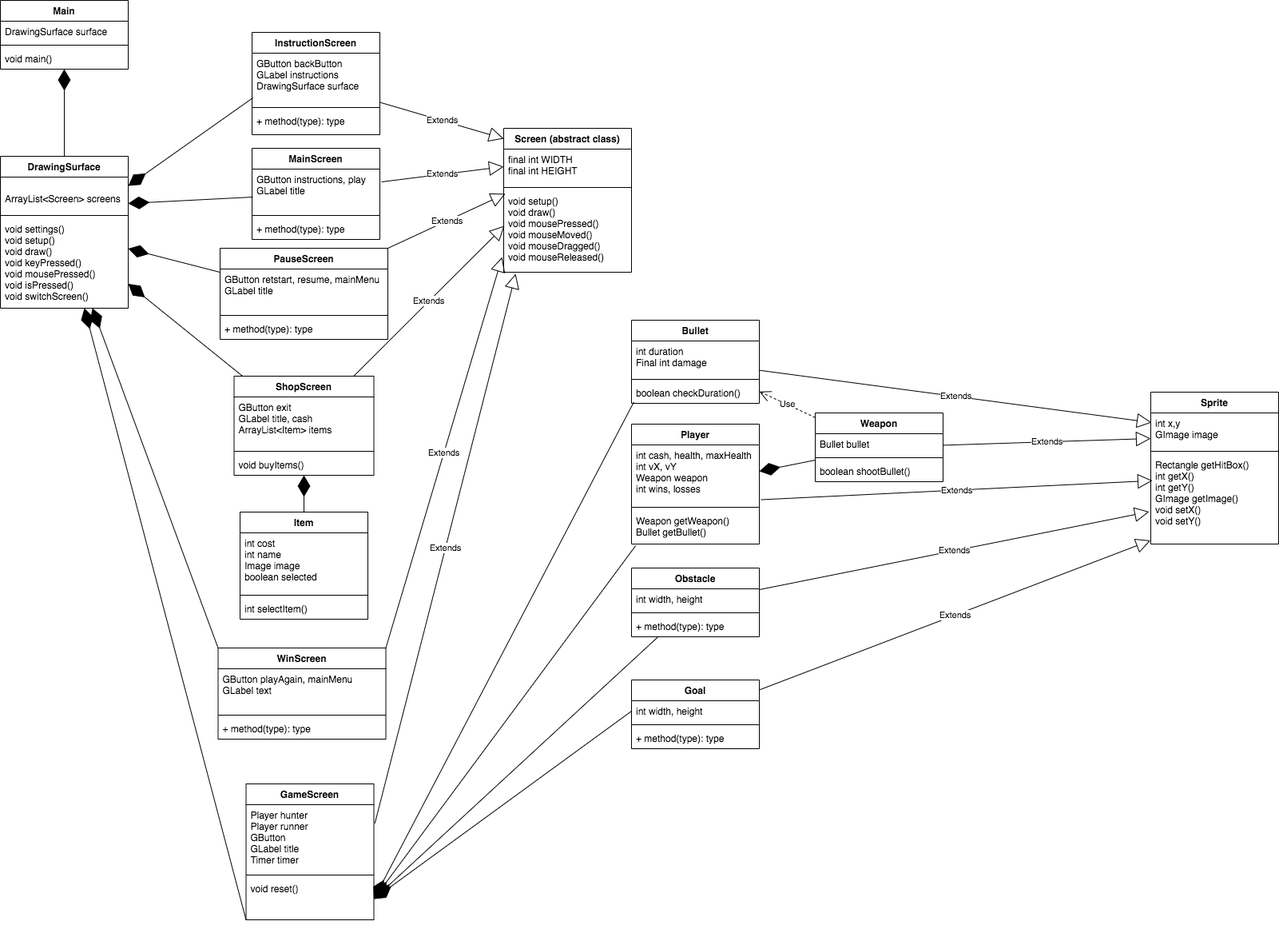
This is CapstoneBotman/doc/Final Project UML.png from HHSAPCompSci2020/capstone-project-botman, a draw.io export, as it was before one commit. Source tidied: cells renumbered, new cells last; positions are measured from the earlier drawing's top-left corner, leaving out a move shared by most shapes.
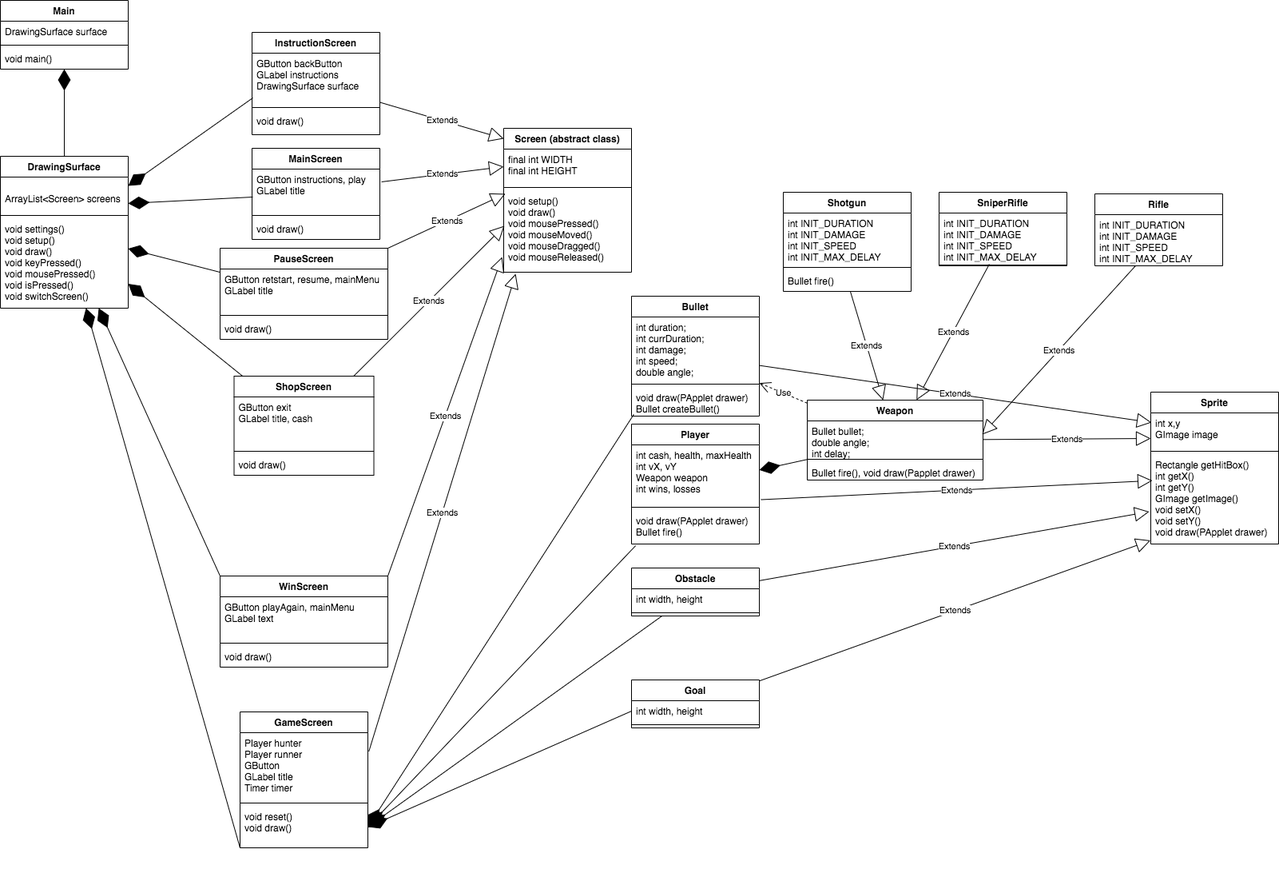
After the change.

The edit, as a diff of the source:
```diff
@@ -31,3 +31,3 @@
     </mxCell>
-    <mxCell id="11" value="GButton exit&#10;GLabel title, cash&#10;ArrayList&lt;Item&gt; items" style="text;strokeColor=none;fillColor=none;align=left;verticalAlign=top;spacingLeft=4;spacingRight=4;overflow=hidden;" parent="10" vertex="1">
+    <mxCell id="11" value="GButton exit&#10;GLabel title, cash&#10;" style="text;strokeColor=none;fillColor=none;align=left;verticalAlign=top;spacingLeft=4;spacingRight=4;overflow=hidden;" parent="10" vertex="1">
       <mxGeometry y="26" width="175" height="64" as="geometry" />
@@ -37,3 +37,3 @@
     </mxCell>
-    <mxCell id="13" value="void buyItems()" style="text;strokeColor=none;fillColor=none;align=left;verticalAlign=top;spacingLeft=4;spacingRight=4;overflow=hidden;" parent="10" vertex="1">
+    <mxCell id="13" value="void draw()" style="text;strokeColor=none;fillColor=none;align=left;verticalAlign=top;spacingLeft=4;spacingRight=4;overflow=hidden;" parent="10" vertex="1">
       <mxGeometry y="98" width="175" height="26" as="geometry" />
@@ -49,3 +49,3 @@
     </mxCell>
-    <mxCell id="17" value="+ method(type): type" style="text;strokeColor=none;fillColor=none;align=left;verticalAlign=top;spacingLeft=4;spacingRight=4;overflow=hidden;" parent="14" vertex="1">
+    <mxCell id="17" value="void draw()" style="text;strokeColor=none;fillColor=none;align=left;verticalAlign=top;spacingLeft=4;spacingRight=4;overflow=hidden;" parent="14" vertex="1">
       <mxGeometry y="88" width="160" height="26" as="geometry" />
@@ -61,3 +61,3 @@
     </mxCell>
-    <mxCell id="21" value="+ method(type): type" style="text;strokeColor=none;fillColor=none;align=left;verticalAlign=top;spacingLeft=4;spacingRight=4;overflow=hidden;" parent="18" vertex="1">
+    <mxCell id="21" value="void draw()" style="text;strokeColor=none;fillColor=none;align=left;verticalAlign=top;spacingLeft=4;spacingRight=4;overflow=hidden;" parent="18" vertex="1">
       <mxGeometry y="98" width="160" height="30" as="geometry" />
@@ -73,3 +73,3 @@
     </mxCell>
-    <mxCell id="25" value="+ method(type): type" style="text;strokeColor=none;fillColor=none;align=left;verticalAlign=top;spacingLeft=4;spacingRight=4;overflow=hidden;" parent="22" vertex="1">
+    <mxCell id="25" value="void draw()" style="text;strokeColor=none;fillColor=none;align=left;verticalAlign=top;spacingLeft=4;spacingRight=4;overflow=hidden;" parent="22" vertex="1">
       <mxGeometry y="88" width="210" height="26" as="geometry" />
@@ -77,3 +77,3 @@
     <mxCell id="26" value="GameScreen" style="swimlane;fontStyle=1;align=center;verticalAlign=top;horizontal=1;startSize=26;" parent="1" vertex="1">
-      <mxGeometry x="307.5" y="980" width="160" height="170" as="geometry" />
+      <mxGeometry x="300" y="890" width="160" height="170" as="geometry" />
     </mxCell>
@@ -85,3 +85,3 @@
     </mxCell>
-    <mxCell id="29" value="void reset()" style="text;strokeColor=none;fillColor=none;align=left;verticalAlign=top;spacingLeft=4;spacingRight=4;overflow=hidden;points=[[0,0.5],[1,0.5]];portConstraint=eastwest;" parent="26" vertex="1">
+    <mxCell id="29" value="void reset()&#10;void draw()" style="text;strokeColor=none;fillColor=none;align=left;verticalAlign=top;spacingLeft=4;spacingRight=4;overflow=hidden;points=[[0,0.5],[1,0.5]];portConstraint=eastwest;" parent="26" vertex="1">
       <mxGeometry y="118" width="160" height="52" as="geometry" />
@@ -97,3 +97,3 @@
     </mxCell>
-    <mxCell id="33" value="Rectangle getHitBox()&#10;int getX()&#10;int getY()&#10;GImage getImage()&#10;void setX()&#10;void setY()" style="text;strokeColor=none;fillColor=none;align=left;verticalAlign=top;spacingLeft=4;spacingRight=4;overflow=hidden;points=[[0,0.5],[1,0.5]];portConstraint=eastwest;" parent="30" vertex="1">
+    <mxCell id="33" value="Rectangle getHitBox()&#10;int getX()&#10;int getY()&#10;GImage getImage()&#10;void setX()&#10;void setY()&#10;void draw(PApplet drawer)" style="text;strokeColor=none;fillColor=none;align=left;verticalAlign=top;spacingLeft=4;spacingRight=4;overflow=hidden;points=[[0,0.5],[1,0.5]];portConstraint=eastwest;" parent="30" vertex="1">
       <mxGeometry y="78" width="160" height="112" as="geometry" />
@@ -101,12 +101,12 @@
     <mxCell id="34" value="Bullet" style="swimlane;fontStyle=1;align=center;verticalAlign=top;horizontal=1;startSize=26;" parent="1" vertex="1">
-      <mxGeometry x="790" y="400" width="160" height="104" as="geometry" />
+      <mxGeometry x="790" y="370" width="160" height="150" as="geometry" />
     </mxCell>
-    <mxCell id="35" value="int duration&#10;Final int damage" style="text;strokeColor=none;fillColor=none;align=left;verticalAlign=top;spacingLeft=4;spacingRight=4;overflow=hidden;" parent="34" vertex="1">
-      <mxGeometry y="26" width="160" height="44" as="geometry" />
+    <mxCell id="35" value="int duration;&#10;int currDuration; &#10;int damage; &#10;int speed;&#10;double angle;" style="text;strokeColor=none;fillColor=none;align=left;verticalAlign=top;spacingLeft=4;spacingRight=4;overflow=hidden;" parent="34" vertex="1">
+      <mxGeometry y="26" width="160" height="80" as="geometry" />
     </mxCell>
     <mxCell id="36" style="line;strokeWidth=1;fillColor=none;align=left;verticalAlign=middle;spacingTop=-1;spacingLeft=3;spacingRight=3;labelPosition=right;" parent="34" vertex="1">
-      <mxGeometry y="70" width="160" height="8" as="geometry" />
+      <mxGeometry y="106" width="160" height="8" as="geometry" />
     </mxCell>
-    <mxCell id="37" value="boolean checkDuration()" style="text;strokeColor=none;fillColor=none;align=left;verticalAlign=top;spacingLeft=4;spacingRight=4;overflow=hidden;points=[[0,0.5],[1,0.5]];portConstraint=eastwest;" parent="34" vertex="1">
-      <mxGeometry y="78" width="160" height="26" as="geometry" />
+    <mxCell id="37" value="void draw(PApplet drawer)&#10;Bullet createBullet()" style="text;strokeColor=none;fillColor=none;align=left;verticalAlign=top;spacingLeft=4;spacingRight=4;overflow=hidden;points=[[0,0.5],[1,0.5]];portConstraint=eastwest;" parent="34" vertex="1">
+      <mxGeometry y="114" width="160" height="36" as="geometry" />
     </mxCell>
@@ -121,3 +121,3 @@
     </mxCell>
-    <mxCell id="41" value="Weapon getWeapon()&#10;Bullet getBullet()&#10;" style="text;strokeColor=none;fillColor=none;align=left;verticalAlign=top;spacingLeft=4;spacingRight=4;overflow=hidden;points=[[0,0.5],[1,0.5]];portConstraint=eastwest;" parent="38" vertex="1">
+    <mxCell id="41" value="void draw(PApplet drawer)&#10;Bullet fire()&#10;" style="text;strokeColor=none;fillColor=none;align=left;verticalAlign=top;spacingLeft=4;spacingRight=4;overflow=hidden;points=[[0,0.5],[1,0.5]];portConstraint=eastwest;" parent="38" vertex="1">
       <mxGeometry y="108" width="160" height="42" as="geometry" />
@@ -134,3 +134,3 @@
     <mxCell id="45" value="Obstacle" style="swimlane;fontStyle=1;align=center;verticalAlign=top;horizontal=1;startSize=26;" parent="1" vertex="1">
-      <mxGeometry x="790" y="710" width="160" height="86" as="geometry" />
+      <mxGeometry x="790" y="710" width="160" height="60" as="geometry" />
     </mxCell>
@@ -142,5 +142,2 @@
     </mxCell>
-    <mxCell id="48" value="+ method(type): type" style="text;strokeColor=none;fillColor=none;align=left;verticalAlign=top;spacingLeft=4;spacingRight=4;overflow=hidden;" parent="45" vertex="1">
-      <mxGeometry y="60" width="160" height="26" as="geometry" />
-    </mxCell>
     <mxCell id="49" value="Extends" style="endArrow=block;endSize=16;endFill=0;html=1;entryX=-0.012;entryY=0.639;entryDx=0;entryDy=0;entryPerimeter=0;" parent="1" edge="1" source="45" target="33">
@@ -213,30 +210,15 @@
     <mxCell id="70" value="Weapon" style="swimlane;fontStyle=1;align=center;verticalAlign=top;horizontal=1;startSize=26;" parent="1" vertex="1">
-      <mxGeometry x="1020" y="516" width="160" height="86" as="geometry" />
+      <mxGeometry x="1010" y="500" width="220" height="100" as="geometry" />
     </mxCell>
-    <mxCell id="71" value="Bullet bullet" style="text;strokeColor=none;fillColor=none;align=left;verticalAlign=top;spacingLeft=4;spacingRight=4;overflow=hidden;points=[[0,0.5],[1,0.5]];portConstraint=eastwest;" parent="70" vertex="1">
-      <mxGeometry y="26" width="160" height="26" as="geometry" />
+    <mxCell id="71" value="Bullet bullet; &#10;double angle;&#10;int delay;" style="text;strokeColor=none;fillColor=none;align=left;verticalAlign=top;spacingLeft=4;spacingRight=4;overflow=hidden;points=[[0,0.5],[1,0.5]];portConstraint=eastwest;" parent="70" vertex="1">
+      <mxGeometry y="26" width="220" height="44" as="geometry" />
     </mxCell>
     <mxCell id="72" style="line;strokeWidth=1;fillColor=none;align=left;verticalAlign=middle;spacingTop=-1;spacingLeft=3;spacingRight=3;labelPosition=right;" parent="70" vertex="1">
-      <mxGeometry y="52" width="160" height="8" as="geometry" />
+      <mxGeometry y="70" width="220" height="8" as="geometry" />
     </mxCell>
-    <mxCell id="73" value="boolean shootBullet()" style="text;strokeColor=none;fillColor=none;align=left;verticalAlign=top;spacingLeft=4;spacingRight=4;overflow=hidden;" parent="70" vertex="1">
-      <mxGeometry y="60" width="160" height="26" as="geometry" />
+    <mxCell id="73" value="Bullet fire(), void draw(Papplet drawer)" style="text;strokeColor=none;fillColor=none;align=left;verticalAlign=top;spacingLeft=4;spacingRight=4;overflow=hidden;" parent="70" vertex="1">
+      <mxGeometry y="78" width="220" height="22" as="geometry" />
     </mxCell>
-    <mxCell id="74" value="Item" style="swimlane;fontStyle=1;align=center;verticalAlign=top;horizontal=1;startSize=26;" parent="1" vertex="1">
-      <mxGeometry x="300" y="640" width="160" height="134" as="geometry" />
-    </mxCell>
-    <mxCell id="75" value="int cost&#10;int name&#10;Image image&#10;boolean selected" style="text;strokeColor=none;fillColor=none;align=left;verticalAlign=top;spacingLeft=4;spacingRight=4;overflow=hidden;" parent="74" vertex="1">
-      <mxGeometry y="26" width="160" height="74" as="geometry" />
-    </mxCell>
-    <mxCell id="76" style="line;strokeWidth=1;fillColor=none;align=left;verticalAlign=middle;spacingTop=-1;spacingLeft=3;spacingRight=3;labelPosition=right;" parent="74" vertex="1">
-      <mxGeometry y="100" width="160" height="8" as="geometry" />
-    </mxCell>
-    <mxCell id="77" value="int selectItem()" style="text;strokeColor=none;fillColor=none;align=left;verticalAlign=top;spacingLeft=4;spacingRight=4;overflow=hidden;" parent="74" vertex="1">
-      <mxGeometry y="108" width="160" height="26" as="geometry" />
-    </mxCell>
-    <mxCell id="78" style="endArrow=diamondThin;endFill=1;endSize=24;html=1;exitX=0.5;exitY=0;exitDx=0;exitDy=0;" parent="1" edge="1" source="74" target="10">
-      <mxGeometry relative="1" as="geometry" />
-    </mxCell>
     <mxCell id="79" value="WinScreen" style="swimlane;fontStyle=1;align=center;verticalAlign=top;horizontal=1;startSize=26;flipH=1;" parent="1" vertex="1">
-      <mxGeometry x="272.5" y="810" width="210" height="114" as="geometry" />
+      <mxGeometry x="275" y="720" width="210" height="114" as="geometry" />
     </mxCell>
@@ -248,3 +230,3 @@
     </mxCell>
-    <mxCell id="82" value="+ method(type): type" style="text;strokeColor=none;fillColor=none;align=left;verticalAlign=top;spacingLeft=4;spacingRight=4;overflow=hidden;" parent="79" vertex="1">
+    <mxCell id="82" value="void draw()" style="text;strokeColor=none;fillColor=none;align=left;verticalAlign=top;spacingLeft=4;spacingRight=4;overflow=hidden;" parent="79" vertex="1">
       <mxGeometry y="88" width="210" height="26" as="geometry" />
@@ -258,3 +240,3 @@
     <mxCell id="85" value="Goal" style="swimlane;fontStyle=1;align=center;verticalAlign=top;horizontal=1;startSize=26;" parent="1" vertex="1">
-      <mxGeometry x="790" y="850" width="160" height="86" as="geometry" />
+      <mxGeometry x="790" y="850" width="160" height="60" as="geometry" />
     </mxCell>
@@ -266,5 +248,2 @@
     </mxCell>
-    <mxCell id="88" value="+ method(type): type" style="text;strokeColor=none;fillColor=none;align=left;verticalAlign=top;spacingLeft=4;spacingRight=4;overflow=hidden;" parent="85" vertex="1">
-      <mxGeometry y="60" width="160" height="26" as="geometry" />
-    </mxCell>
     <mxCell id="89" style="endArrow=diamondThin;endFill=1;endSize=24;html=1;entryX=1;entryY=0.5;entryDx=0;entryDy=0;exitX=0;exitY=0.5;exitDx=0;exitDy=0;" parent="1" edge="1" source="86" target="29">
@@ -275,2 +254,38 @@
     </mxCell>
+    <mxCell id="91" value="Rifle" style="swimlane;fontStyle=1;align=center;verticalAlign=top;horizontal=1;startSize=26;" parent="1" vertex="1">
+      <mxGeometry x="1370" y="242" width="160" height="90" as="geometry" />
+    </mxCell>
+    <mxCell id="92" value="int INIT_DURATION&#10;int INIT_DAMAGE&#10;int INIT_SPEED&#10;int INIT_MAX_DELAY" style="text;strokeColor=none;fillColor=none;align=left;verticalAlign=top;spacingLeft=4;spacingRight=4;overflow=hidden;points=[[0,0.5],[1,0.5]];portConstraint=eastwest;" parent="91" vertex="1">
+      <mxGeometry y="26" width="160" height="64" as="geometry" />
+    </mxCell>
+    <mxCell id="93" value="Shotgun" style="swimlane;fontStyle=1;align=center;verticalAlign=top;horizontal=1;startSize=26;" parent="1" vertex="1">
+      <mxGeometry x="980" y="240" width="160" height="124" as="geometry" />
+    </mxCell>
+    <mxCell id="94" value="int INIT_DURATION&#10;int INIT_DAMAGE&#10;int INIT_SPEED&#10;int INIT_MAX_DELAY" style="text;strokeColor=none;fillColor=none;align=left;verticalAlign=top;spacingLeft=4;spacingRight=4;overflow=hidden;" parent="93" vertex="1">
+      <mxGeometry y="26" width="160" height="64" as="geometry" />
+    </mxCell>
+    <mxCell id="95" style="line;strokeWidth=1;fillColor=none;align=left;verticalAlign=middle;spacingTop=-1;spacingLeft=3;spacingRight=3;labelPosition=right;" parent="93" vertex="1">
+      <mxGeometry y="90" width="160" height="8" as="geometry" />
+    </mxCell>
+    <mxCell id="96" value="Bullet fire()" style="text;strokeColor=none;fillColor=none;align=left;verticalAlign=top;spacingLeft=4;spacingRight=4;overflow=hidden;points=[[0,0.5],[1,0.5]];portConstraint=eastwest;" parent="93" vertex="1">
+      <mxGeometry y="98" width="160" height="26" as="geometry" />
+    </mxCell>
+    <mxCell id="97" value="SniperRifle" style="swimlane;fontStyle=1;align=center;verticalAlign=top;horizontal=1;startSize=26;" parent="1" vertex="1">
+      <mxGeometry x="1175" y="240" width="160" height="92" as="geometry" />
+    </mxCell>
+    <mxCell id="98" value="int INIT_DURATION&#10;int INIT_DAMAGE&#10;int INIT_SPEED&#10;int INIT_MAX_DELAY" style="text;strokeColor=none;fillColor=none;align=left;verticalAlign=top;spacingLeft=4;spacingRight=4;overflow=hidden;points=[[0,0.5],[1,0.5]];portConstraint=eastwest;" parent="97" vertex="1">
+      <mxGeometry y="26" width="160" height="64" as="geometry" />
+    </mxCell>
+    <mxCell id="99" style="line;strokeWidth=1;fillColor=none;align=left;verticalAlign=middle;spacingTop=-1;spacingLeft=3;spacingRight=3;labelPosition=right;" parent="97" vertex="1">
+      <mxGeometry y="90" width="160" height="2" as="geometry" />
+    </mxCell>
+    <mxCell id="100" value="Extends" style="endArrow=block;endSize=16;endFill=0;html=1;startArrow=none;" parent="1" edge="1" source="96" target="70">
+      <mxGeometry relative="1" as="geometry" />
+    </mxCell>
+    <mxCell id="101" value="Extends" style="endArrow=block;endSize=16;endFill=0;html=1;startArrow=none;" parent="1" edge="1" source="98" target="70">
+      <mxGeometry relative="1" as="geometry" />
+    </mxCell>
+    <mxCell id="102" value="Extends" style="endArrow=block;endSize=16;endFill=0;html=1;startArrow=none;entryX=0.995;entryY=0.389;entryDx=0;entryDy=0;entryPerimeter=0;" parent="1" edge="1" source="92" target="71">
+      <mxGeometry relative="1" as="geometry" />
+    </mxCell>
   </root>
```
